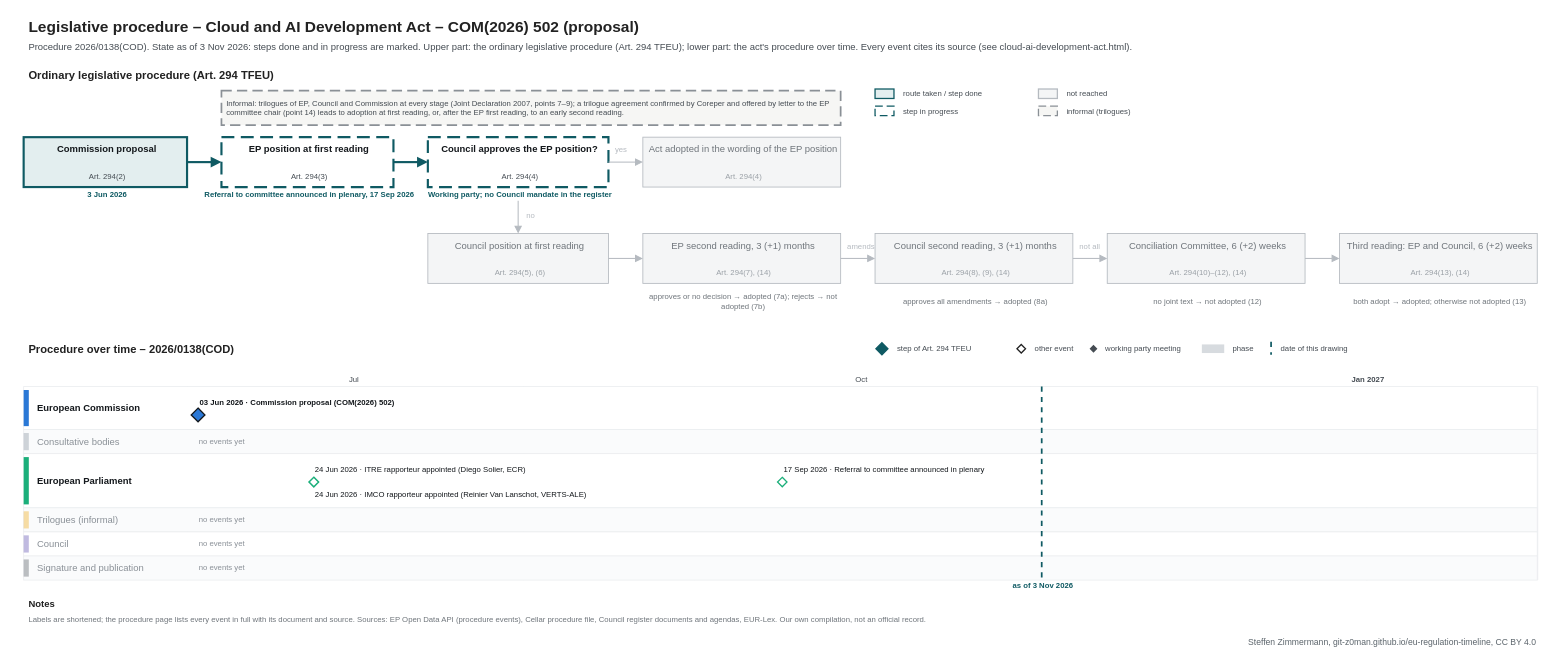
Earlier version of the draw.io diagram procedures/cloud-ai-development-act.drawio (git-z0man/eu-regulation-timeline). Source tidied: cells renumbered, new cells numbered last; positions are measured from the earlier drawing's top-left corner, leaving out a move shared by most shapes. Both pictures are drawn from the tidied source at 86%, with x=0, y=0 at pixel (15, 15).
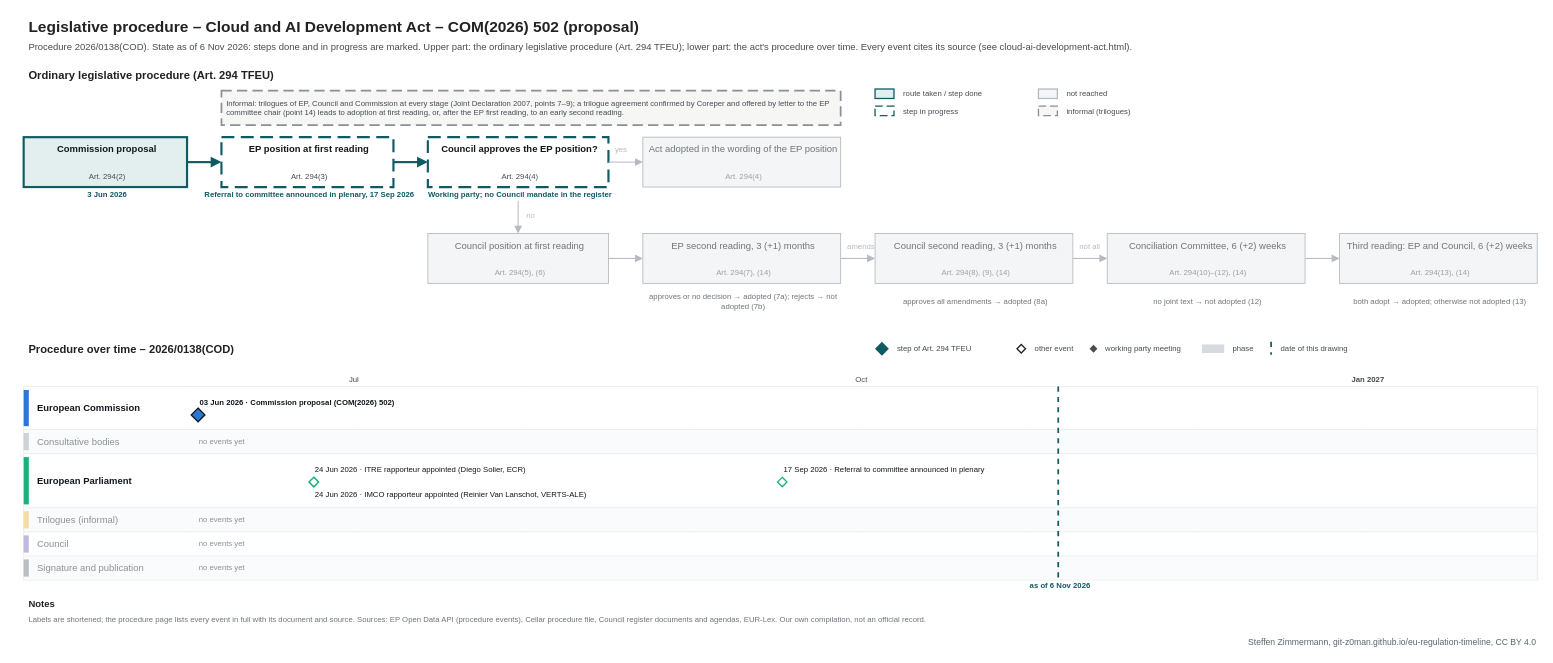
The same diagram, later.

The edit, as a diff of the source:
```diff
@@
-    <mxCell id="3" value="Procedure 2026/0138(COD). State as of 3 Nov 2026: steps done and in progress are marked. Upper part: the ordinary legislative procedure (Art. 294 TFEU); lower part: the act's procedure over time. Every event cites its source (see cloud-ai-development-act.html)." style="text;html=1;fontSize=11;fontColor=#454c53;align=left;verticalAlign=middle;spacingLeft=4;" parent="1" vertex="1">
+    <mxCell id="3" value="Procedure 2026/0138(COD). State as of 6 Nov 2026: steps done and in progress are marked. Upper part: the ordinary legislative procedure (Art. 294 TFEU); lower part: the act's procedure over time. Every event cites its source (see cloud-ai-development-act.html)." style="text;html=1;fontSize=11;fontColor=#454c53;align=left;verticalAlign=middle;spacingLeft=4;" parent="1" vertex="1">
       <mxGeometry x="10" y="28" width="1700" height="18" as="geometry" />
     </mxCell>
@@
     <mxCell id="106" style="line;html=1;strokeWidth=2;strokeColor=#0f5a63;direction=south;dashed=1;" parent="1" vertex="1">
-      <mxGeometry x="1193.3" y="432" width="1" height="225" as="geometry" />
+      <mxGeometry x="1212.5" y="432" width="1" height="225" as="geometry" />
     </mxCell>
-    <mxCell id="107" value="as of 3 Nov 2026" style="text;html=1;fontSize=9;fontColor=#0f5a63;align=center;verticalAlign=middle;spacingLeft=4;fontStyle=1;" parent="1" vertex="1">
-      <mxGeometry x="1133.3" y="658" width="120" height="12" as="geometry" />
+    <mxCell id="107" value="as of 6 Nov 2026" style="text;html=1;fontSize=9;fontColor=#0f5a63;align=center;verticalAlign=middle;spacingLeft=4;fontStyle=1;" parent="1" vertex="1">
+      <mxGeometry x="1152.5" y="658" width="120" height="12" as="geometry" />
     </mxCell>
```
